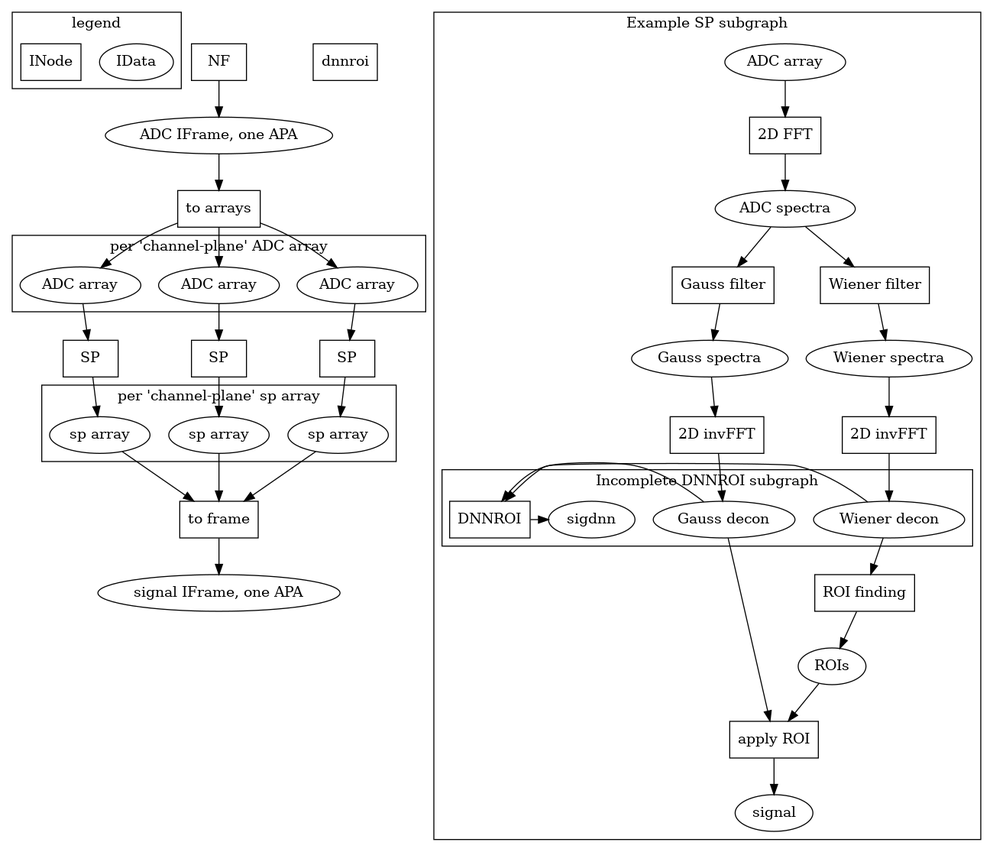
WireCell/spng keeps this Graphviz diagram as docs/idealistic.png. Above is the earlier version. Its source is kept beside it as docs/idealistic.dot. Its diagram source:
```dot
digraph idealistic {

    subgraph cluster_legend {
        label="legend"
        idata[label="IData"]
        node[shape=box]
        inode[label="INode"]
    }

    quietadc[label="ADC IFrame, one APA"]
    subgraph cluster_adcaf {
        label="per 'channel-plane' ADC array"
        adcu_af[label="ADC array"]
        adcv_af[label="ADC array"]
        adcw_af[label="ADC array"]
    }
    subgraph cluster_spu {
        label="per 'channel-plane' sp array"
        spu_af[label="sp array"]
        spv_af[label="sp array"]
        spw_af[label="sp array"]
    }
    sigframe[label="signal IFrame, one APA"]

    node[shape=box]
    nf[label="NF"]
    frame2af[label="to arrays"]
    spu[label="SP"]
    spv[label="SP"]
    spw[label="SP"]
    af2frame[label="to frame"]
    dnnroi

    nf->quietadc->frame2af
    frame2af->adcu_af->spu->spu_af
    frame2af->adcv_af->spv->spv_af
    frame2af->adcw_af->spw->spw_af

    spu_af->af2frame
    spv_af->af2frame
    spw_af->af2frame
    af2frame->sigframe


    subgraph cluster_sp {
        label="Example SP subgraph"

        node[shape=ellipse]
        dc_adc[label="ADC array"]
        dc_adc_spec[label="ADC spectra"]
        dc_gauss_spec[label="Gauss spectra"]
        dc_wiener_spec[label="Wiener spectra"]
        dc_gauss[label="Gauss decon"]
        dc_wiener[label="Wiener decon"]
        dc_roi[label="ROIs"]
        dc_signal[label="signal"]

        node[shape=box]
        dc_gaussf[label="Gauss filter"]
        dc_wienerf[label="Wiener filter"]
        dc_fft[label="2D FFT"]
        dc_fftg[label="2D invFFT"]
        dc_fftw[label="2D invFFT"]
        dc_signal_roi[label="ROI finding"]
        dc_apply_roi[label="apply ROI"]


        subgraph cluster_dnnroi {
            label="Incomplete DNNROI subgraph";
            node[shape=ellipse]
            sigdnn
            node[shape=box]
            DNNROI

            edge[constraint=false]
            dc_gauss->DNNROI
            dc_wiener->DNNROI
            DNNROI->sigdnn
        }

        dc_adc->dc_fft->dc_adc_spec
        dc_adc_spec->dc_gaussf->dc_gauss_spec->dc_fftg->dc_gauss
        dc_adc_spec->dc_wienerf->dc_wiener_spec->dc_fftw->dc_wiener
        dc_wiener->dc_signal_roi->dc_roi->dc_apply_roi
        dc_gauss->dc_apply_roi->dc_signal
    }


}
```
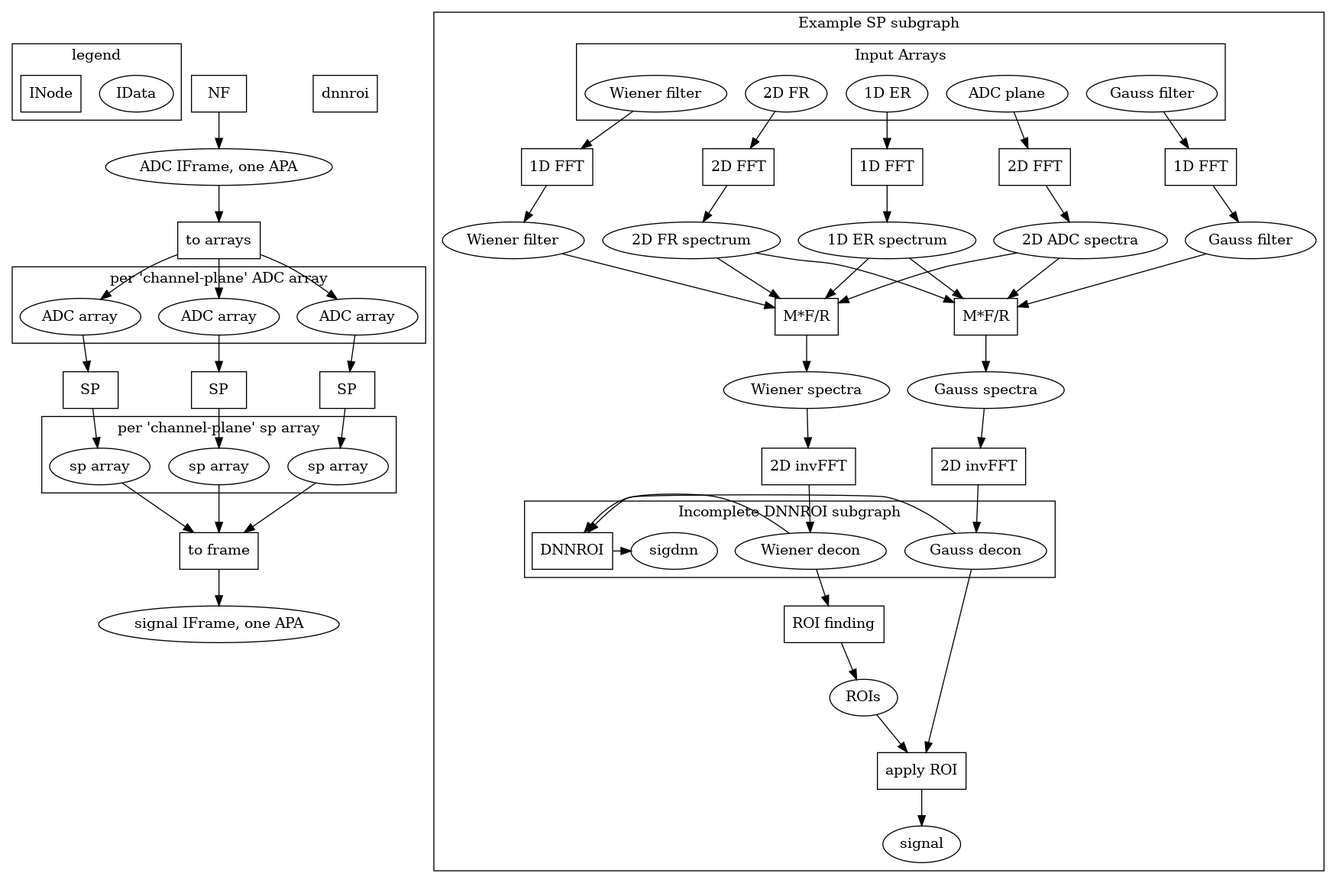
Later version of the same file.

Commit message:
Some corrections on the diagram

What changed in the source:
```diff
@@ -45,9 +45,25 @@
     subgraph cluster_sp {
         label="Example SP subgraph"
 
+
+
+        subgraph cluster_inarrays {
+            label="Input Arrays"
+            node[shape=ellipse]
+            dc_fr[label="2D FR"]
+            dc_er[label="1D ER"]
+            dc_adc[label="ADC plane"]
+            dc_gaussf[label="Gauss filter"]
+            dc_wienerf[label="Wiener filter"]
+        }
+
         node[shape=ellipse]
-        dc_adc[label="ADC array"]
-        dc_adc_spec[label="ADC spectra"]
+        dc_fr_spec[label="2D FR spectrum"]
+        dc_er_spec[label="1D ER spectrum"]
+        dc_adc_spec[label="2D ADC spectra"]
+        dc_gaussf_spec[label="Gauss filter"]
+        dc_wienerf_spec[label="Wiener filter"]
+
         dc_gauss_spec[label="Gauss spectra"]
         dc_wiener_spec[label="Wiener spectra"]
         dc_gauss[label="Gauss decon"]
@@ -56,14 +72,42 @@
         dc_signal[label="signal"]
 
         node[shape=box]
-        dc_gaussf[label="Gauss filter"]
-        dc_wienerf[label="Wiener filter"]
-        dc_fft[label="2D FFT"]
+        dc_gauss_fft[label="1D FFT"]
+        dc_wiener_fft[label="1D FFT"]
+        dc_gauss_decon[label="M*F/R"]
+        dc_wiener_decon[label="M*F/R"]
+        dc_er_fft[label="1D FFT"]
+        dc_fr_fft[label="2D FFT"]
+        dc_adc_fft[label="2D FFT"]
         dc_fftg[label="2D invFFT"]
         dc_fftw[label="2D invFFT"]
         dc_signal_roi[label="ROI finding"]
         dc_apply_roi[label="apply ROI"]
 
+        {rank=same dc_er_fft dc_fr_fft dc_adc_fft dc_gauss_fft dc_wiener_fft}
+
+        dc_adc->dc_adc_fft->dc_adc_spec
+        dc_fr->dc_fr_fft->dc_fr_spec
+        dc_er->dc_er_fft->dc_er_spec
+        dc_gaussf->dc_gauss_fft->dc_gaussf_spec
+        dc_wienerf->dc_wiener_fft->dc_wienerf_spec
+
+        dc_adc_spec->dc_gauss_decon
+        dc_er_spec->dc_gauss_decon
+        dc_fr_spec->dc_gauss_decon
+        dc_gaussf_spec->dc_gauss_decon
+
+        dc_gauss_decon->dc_gauss_spec
+
+        dc_adc_spec->dc_wiener_decon
+        dc_er_spec->dc_wiener_decon
+        dc_fr_spec->dc_wiener_decon
+        dc_wienerf_spec->dc_wiener_decon
+
+        dc_wiener_decon->dc_wiener_spec
+
+        dc_gauss_spec->dc_fftg->dc_gauss
+        dc_wiener_spec->dc_fftw->dc_wiener
 
         subgraph cluster_dnnroi {
             label="Incomplete DNNROI subgraph";
@@ -78,9 +122,7 @@
             DNNROI->sigdnn
         }
 
-        dc_adc->dc_fft->dc_adc_spec
-        dc_adc_spec->dc_gaussf->dc_gauss_spec->dc_fftg->dc_gauss
-        dc_adc_spec->dc_wienerf->dc_wiener_spec->dc_fftw->dc_wiener
+
         dc_wiener->dc_signal_roi->dc_roi->dc_apply_roi
         dc_gauss->dc_apply_roi->dc_signal
     }
```
